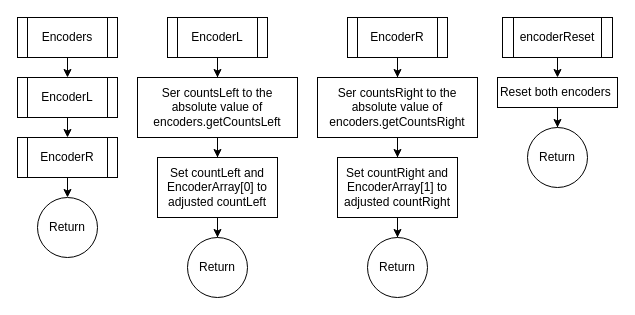
The draw.io diagram Draw/Encoders.drawio in jens1906/P1-project-1.-semester, before the edit. Source tidied: cells renumbered, new cells numbered last; positions are measured from the earlier drawing's top-left corner, leaving out a move shared by most shapes. Both pictures are drawn from the tidied source at 100%, with x=0, y=0 at pixel (17, 17).
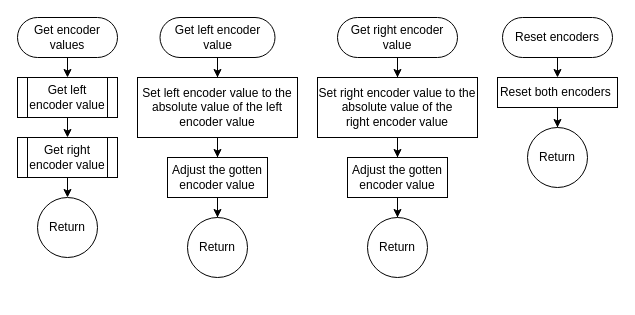
The same diagram, later.

Diff of the diagram source:
```diff
@@
-    <mxCell id="3" value="Encoders" style="shape=process;whiteSpace=wrap;html=1;backgroundOutline=1;" parent="1" vertex="1">
+    <mxCell id="3" value="Get encoder values" style="rounded=1;whiteSpace=wrap;html=1;arcSize=50;" parent="1" vertex="1">
       <mxGeometry width="100" height="40" as="geometry" />
     </mxCell>
@@
-    <mxCell id="5" value="EncoderL" style="shape=process;whiteSpace=wrap;html=1;backgroundOutline=1;" parent="1" vertex="1">
+    <mxCell id="5" value="Get left encoder value" style="shape=process;whiteSpace=wrap;html=1;backgroundOutline=1;" parent="1" vertex="1">
       <mxGeometry y="60" width="100" height="40" as="geometry" />
     </mxCell>
@@
-    <mxCell id="7" value="EncoderR" style="shape=process;whiteSpace=wrap;html=1;backgroundOutline=1;" parent="1" vertex="1">
+    <mxCell id="7" value="Get right encoder value" style="shape=process;whiteSpace=wrap;html=1;backgroundOutline=1;" parent="1" vertex="1">
       <mxGeometry y="120" width="100" height="40" as="geometry" />
     </mxCell>
@@
-    <mxCell id="9" value="EncoderL" style="shape=process;whiteSpace=wrap;html=1;backgroundOutline=1;" parent="1" vertex="1">
-      <mxGeometry x="150" width="100" height="40" as="geometry" />
+    <mxCell id="9" value="Get left encoder value" style="rounded=1;whiteSpace=wrap;html=1;arcSize=50;" parent="1" vertex="1">
+      <mxGeometry x="142.5" width="115" height="40" as="geometry" />
     </mxCell>
@@
-    <mxCell id="11" value="Ser countsLeft to the absolute value of encoders.getCountsLeft" style="whiteSpace=wrap;html=1;" parent="1" vertex="1">
+    <mxCell id="11" value="Set left encoder value to the absolute value of the left encoder value" style="whiteSpace=wrap;html=1;" parent="1" vertex="1">
       <mxGeometry x="120" y="60" width="160" height="60" as="geometry" />
     </mxCell>
@@
-    <mxCell id="13" value="Set countLeft and EncoderArray[0] to adjusted countLeft" style="whiteSpace=wrap;html=1;" parent="1" vertex="1">
-      <mxGeometry x="140" y="140" width="120" height="60" as="geometry" />
+    <mxCell id="13" value="Adjust the gotten encoder value" style="whiteSpace=wrap;html=1;" parent="1" vertex="1">
+      <mxGeometry x="150" y="140" width="100" height="40" as="geometry" />
     </mxCell>
     <mxCell id="14" value="Return" style="ellipse;whiteSpace=wrap;html=1;" parent="1" vertex="1">
-      <mxGeometry x="170" y="220" width="60" height="60" as="geometry" />
+      <mxGeometry x="170" y="200" width="60" height="60" as="geometry" />
     </mxCell>
@@
-    <mxCell id="16" value="EncoderR" style="shape=process;whiteSpace=wrap;html=1;backgroundOutline=1;" parent="1" vertex="1">
-      <mxGeometry x="330" width="100" height="40" as="geometry" />
+    <mxCell id="16" value="Get right encoder value" style="rounded=1;whiteSpace=wrap;html=1;arcSize=50;" parent="1" vertex="1">
+      <mxGeometry x="320" width="120" height="40" as="geometry" />
     </mxCell>
@@
-    <mxCell id="18" value="Ser countsRight to the absolute value of encoders.getCountsRight" style="whiteSpace=wrap;html=1;" parent="1" vertex="1">
+    <mxCell id="18" value="Set right encoder value to the absolute value of the right&amp;nbsp;encoder value" style="whiteSpace=wrap;html=1;" parent="1" vertex="1">
       <mxGeometry x="300" y="60" width="160" height="60" as="geometry" />
     </mxCell>
@@
-    <mxCell id="20" value="Set countRight and EncoderArray[1] to adjusted countRight" style="whiteSpace=wrap;html=1;" parent="1" vertex="1">
-      <mxGeometry x="320" y="140" width="120" height="60" as="geometry" />
+    <mxCell id="20" value="Adjust the gotten encoder value" style="whiteSpace=wrap;html=1;" parent="1" vertex="1">
+      <mxGeometry x="330" y="140" width="100" height="40" as="geometry" />
     </mxCell>
     <mxCell id="21" value="Return" style="ellipse;whiteSpace=wrap;html=1;" parent="1" vertex="1">
-      <mxGeometry x="350" y="220" width="60" height="60" as="geometry" />
+      <mxGeometry x="350" y="200" width="60" height="60" as="geometry" />
     </mxCell>
@@
-    <mxCell id="23" value="encoderReset" style="shape=process;whiteSpace=wrap;html=1;backgroundOutline=1;" parent="1" vertex="1">
+    <mxCell id="23" value="Reset encoders" style="rounded=1;whiteSpace=wrap;html=1;arcSize=50;" parent="1" vertex="1">
       <mxGeometry x="485" width="110" height="40" as="geometry" />
     </mxCell>
```
